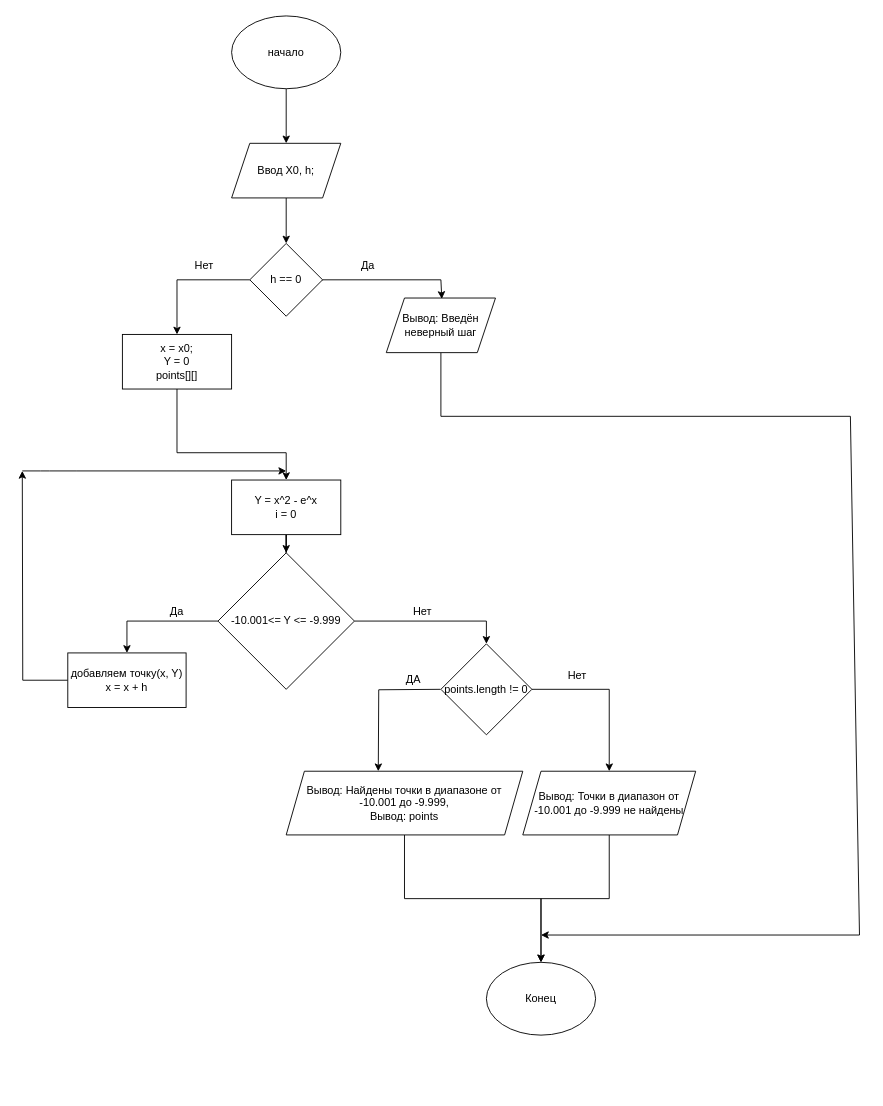
Earlier version of the draw.io diagram Диаграмма.drawio (marycheff/ISRPO2). Source tidied: cells renumbered, new cells numbered last; positions are measured from the earlier drawing's top-left corner, leaving out a move shared by most shapes. Both pictures are drawn from the tidied source at 91%, with x=0, y=0 at pixel (22, 15).
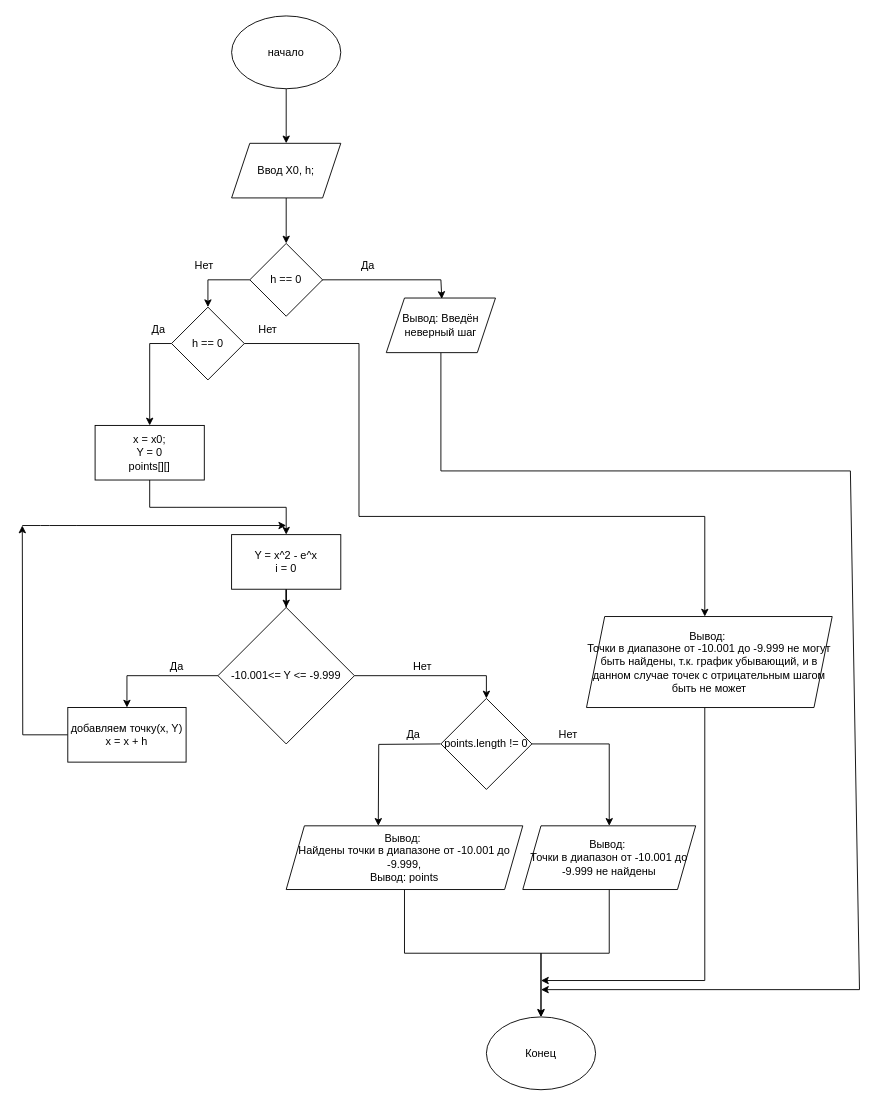
The same diagram, later.

The change refers to these unchanged cells:
```xml
<mxCell id="8" value="h == 0" style="rhombus;whiteSpace=wrap;html=1;" parent="1" vertex="1">
  <mxGeometry x="250" y="250" width="80" height="80" as="geometry" />
</mxCell>
<mxCell id="11" value="Вывод: Введён неверный шаг" style="shape=parallelogram;perimeter=parallelogramPerimeter;whiteSpace=wrap;html=1;fixedSize=1;" parent="1" vertex="1">
  <mxGeometry x="400" y="310" width="120" height="60" as="geometry" />
</mxCell>
```

The edit, as a diff of the source:
```diff
@@
-    <mxCell id="6" style="edgeStyle=orthogonalEdgeStyle;rounded=0;orthogonalLoop=1;jettySize=auto;html=1;entryX=0.592;entryY=0.017;entryDx=0;entryDy=0;entryPerimeter=0;" parent="1" edge="1">
-      <mxGeometry relative="1" as="geometry">
-        <mxPoint x="320" y="290" as="sourcePoint" />
-        <mxPoint x="461" y="311" as="targetPoint" />
-        <Array as="points">
-          <mxPoint x="460" y="290" />
-        </Array>
-      </mxGeometry>
-    </mxCell>
-    <mxCell id="7" style="edgeStyle=orthogonalEdgeStyle;rounded=0;jettySize=auto;html=1;entryX=0.5;entryY=0;entryDx=0;entryDy=0;" parent="1" edge="1" source="8" target="12">
-      <mxGeometry relative="1" as="geometry" />
-    </mxCell>
+    <mxCell id="36" style="edgeStyle=orthogonalEdgeStyle;rounded=0;orthogonalLoop=1;jettySize=auto;html=1;entryX=0.592;entryY=0.017;entryDx=0;entryDy=0;entryPerimeter=0;" parent="1" edge="1">
+      <mxGeometry relative="1" as="geometry">
+        <mxPoint x="320" y="290" as="sourcePoint" />
+        <mxPoint x="461" y="311" as="targetPoint" />
+        <Array as="points">
+          <mxPoint x="460" y="290" />
+        </Array>
+      </mxGeometry>
+    </mxCell>
+    <mxCell id="37" style="edgeStyle=orthogonalEdgeStyle;rounded=0;jettySize=auto;html=1;entryX=0.5;entryY=0;entryDx=0;entryDy=0;exitX=0;exitY=0.5;exitDx=0;exitDy=0;" parent="1" edge="1" source="49" target="12">
+      <mxGeometry relative="1" as="geometry" />
+    </mxCell>
@@
-    <mxCell id="10" style="rounded=0;jettySize=auto;html=1;exitX=0.5;exitY=1;exitDx=0;exitDy=0;" parent="1" edge="1" source="11">
-      <mxGeometry relative="1" as="geometry">
-        <mxPoint x="570" y="1010" as="targetPoint" />
-        <Array as="points">
-          <mxPoint x="460" y="440" />
-          <mxPoint x="910" y="440" />
-          <mxPoint x="920" y="1010" />
-        </Array>
-      </mxGeometry>
-    </mxCell>
+    <mxCell id="38" style="rounded=0;jettySize=auto;html=1;exitX=0.5;exitY=1;exitDx=0;exitDy=0;" parent="1" edge="1" source="11">
+      <mxGeometry relative="1" as="geometry">
+        <mxPoint x="570" y="1070" as="targetPoint" />
+        <Array as="points">
+          <mxPoint x="460" y="500" />
+          <mxPoint x="910" y="500" />
+          <mxPoint x="920" y="1070" />
+        </Array>
+      </mxGeometry>
+    </mxCell>
@@
     <mxCell id="12" value="x = x0;&lt;div&gt;Y = 0&lt;/div&gt;&lt;div&gt;points[][]&lt;/div&gt;" style="rounded=0;whiteSpace=wrap;html=1;" parent="1" vertex="1">
-      <mxGeometry x="110" y="350" width="120" height="60" as="geometry" />
+      <mxGeometry x="80" y="450" width="120" height="60" as="geometry" />
     </mxCell>
@@
-    <mxCell id="14" style="endArrow=classic;html=1;rounded=0;" parent="1" edge="1" target="16">
-      <mxGeometry relative="1" as="geometry">
-        <mxPoint x="170" y="480" as="sourcePoint" />
-        <Array as="points">
-          <mxPoint x="290" y="480" />
-        </Array>
-      </mxGeometry>
-    </mxCell>
+    <mxCell id="39" style="endArrow=classic;html=1;rounded=0;" parent="1" edge="1" target="16">
+      <mxGeometry relative="1" as="geometry">
+        <mxPoint x="170" y="540" as="sourcePoint" />
+        <Array as="points">
+          <mxPoint x="290" y="540" />
+        </Array>
+      </mxGeometry>
+    </mxCell>
@@
     <mxCell id="16" value="Y = x^2 - e^x&lt;div&gt;i = 0&lt;/div&gt;" style="rounded=0;whiteSpace=wrap;html=1;" parent="1" vertex="1">
-      <mxGeometry x="230" y="510" width="120" height="60" as="geometry" />
+      <mxGeometry x="230" y="570" width="120" height="60" as="geometry" />
     </mxCell>
-    <mxCell id="17" style="endArrow=none;html=1;rounded=0;exitX=0.5;exitY=1;exitDx=0;exitDy=0;" parent="1" edge="1" source="12">
-      <mxGeometry relative="1" as="geometry">
-        <mxPoint x="170" y="480" as="targetPoint" />
-      </mxGeometry>
-    </mxCell>
+    <mxCell id="40" style="endArrow=none;html=1;rounded=0;exitX=0.5;exitY=1;exitDx=0;exitDy=0;" parent="1" edge="1" source="12">
+      <mxGeometry relative="1" as="geometry">
+        <mxPoint x="170" y="540" as="targetPoint" />
+        <Array as="points">
+          <mxPoint x="140" y="540" />
+        </Array>
+      </mxGeometry>
+    </mxCell>
@@
     <mxCell id="20" value="-10.001&amp;lt;= Y &amp;lt;= -9.999" style="rhombus;whiteSpace=wrap;html=1;" parent="1" vertex="1">
-      <mxGeometry x="215" y="590" width="150" height="150" as="geometry" />
+      <mxGeometry x="215" y="650" width="150" height="150" as="geometry" />
     </mxCell>
-    <mxCell id="21" value="Да" style="text;html=1;align=center;verticalAlign=middle;whiteSpace=wrap;rounded=0;" parent="1" vertex="1">
-      <mxGeometry x="140" y="640" width="60" height="30" as="geometry" />
-    </mxCell>
-    <mxCell id="22" style="edgeStyle=orthogonalEdgeStyle;rounded=0;jettySize=auto;html=1;" parent="1" edge="1" source="23">
-      <mxGeometry relative="1" as="geometry">
-        <mxPoint y="500" as="targetPoint" />
-      </mxGeometry>
-    </mxCell>
+    <mxCell id="41" value="Да" style="text;html=1;align=center;verticalAlign=middle;whiteSpace=wrap;rounded=0;" parent="1" vertex="1">
+      <mxGeometry x="140" y="700" width="60" height="30" as="geometry" />
+    </mxCell>
+    <mxCell id="42" style="edgeStyle=orthogonalEdgeStyle;rounded=0;jettySize=auto;html=1;" parent="1" edge="1" source="23">
+      <mxGeometry relative="1" as="geometry">
+        <mxPoint y="560" as="targetPoint" />
+      </mxGeometry>
+    </mxCell>
     <mxCell id="23" value="&lt;div&gt;добавляем точку(x, Y)&lt;/div&gt;x = x + h" style="rounded=0;whiteSpace=wrap;html=1;" parent="1" vertex="1">
-      <mxGeometry x="50" y="700" width="130" height="60" as="geometry" />
+      <mxGeometry x="50" y="760" width="130" height="60" as="geometry" />
     </mxCell>
-    <mxCell id="24" style="endArrow=classic;html=1;rounded=0;" parent="1" edge="1">
-      <mxGeometry relative="1" as="geometry">
-        <mxPoint y="500" as="sourcePoint" />
-        <mxPoint x="290" y="500" as="targetPoint" />
-        <Array as="points">
-          <mxPoint x="20" y="500" />
-          <mxPoint x="30" y="500" />
-          <mxPoint x="60" y="500" />
-          <mxPoint x="170" y="500" />
-        </Array>
-      </mxGeometry>
-    </mxCell>
-    <mxCell id="25" value="Нет" style="text;html=1;align=center;verticalAlign=middle;whiteSpace=wrap;rounded=0;" parent="1" vertex="1">
-      <mxGeometry x="410" y="640" width="60" height="30" as="geometry" />
-    </mxCell>
-    <mxCell id="26" style="edgeStyle=orthogonalEdgeStyle;rounded=0;orthogonalLoop=1;jettySize=auto;html=1;entryX=0.391;entryY=0;entryDx=0;entryDy=0;entryPerimeter=0;" parent="1" edge="1">
-      <mxGeometry relative="1" as="geometry">
-        <mxPoint x="459.5" y="740" as="sourcePoint" />
-        <mxPoint x="391.2" y="830" as="targetPoint" />
-      </mxGeometry>
-    </mxCell>
+    <mxCell id="43" style="endArrow=classic;html=1;rounded=0;" parent="1" edge="1">
+      <mxGeometry relative="1" as="geometry">
+        <mxPoint y="560" as="sourcePoint" />
+        <mxPoint x="290" y="560" as="targetPoint" />
+        <Array as="points">
+          <mxPoint x="20" y="560" />
+          <mxPoint x="30" y="560" />
+          <mxPoint x="60" y="560" />
+          <mxPoint x="170" y="560" />
+        </Array>
+      </mxGeometry>
+    </mxCell>
+    <mxCell id="44" value="Нет" style="text;html=1;align=center;verticalAlign=middle;whiteSpace=wrap;rounded=0;" parent="1" vertex="1">
+      <mxGeometry x="410" y="700" width="60" height="30" as="geometry" />
+    </mxCell>
+    <mxCell id="45" style="edgeStyle=orthogonalEdgeStyle;rounded=0;orthogonalLoop=1;jettySize=auto;html=1;entryX=0.391;entryY=0;entryDx=0;entryDy=0;entryPerimeter=0;" parent="1" edge="1">
+      <mxGeometry relative="1" as="geometry">
+        <mxPoint x="459.5" y="800" as="sourcePoint" />
+        <mxPoint x="391.2" y="890" as="targetPoint" />
+      </mxGeometry>
+    </mxCell>
     <mxCell id="27" value="points.length != 0" style="rhombus;whiteSpace=wrap;html=1;" parent="1" vertex="1">
-      <mxGeometry x="460" y="690" width="100" height="100" as="geometry" />
+      <mxGeometry x="460" y="750" width="100" height="100" as="geometry" />
     </mxCell>
-    <mxCell id="28" value="Нет" style="text;html=1;align=center;verticalAlign=middle;whiteSpace=wrap;rounded=0;" parent="1" vertex="1">
-      <mxGeometry x="580" y="710" width="60" height="30" as="geometry" />
-    </mxCell>
+    <mxCell id="46" value="Нет" style="text;html=1;align=center;verticalAlign=middle;whiteSpace=wrap;rounded=0;" parent="1" vertex="1">
+      <mxGeometry x="570" y="775" width="60" height="30" as="geometry" />
+    </mxCell>
@@
-    <mxCell id="30" value="Вывод: Точки в диапазон от -10.001 до -9.999 не найдены" style="shape=parallelogram;perimeter=parallelogramPerimeter;whiteSpace=wrap;html=1;fixedSize=1;" parent="1" vertex="1">
-      <mxGeometry x="550" y="830" width="190" height="70" as="geometry" />
+    <mxCell id="30" value="Вывод:&amp;nbsp;&lt;div&gt;Точки в диапазон от -10.001 до -9.999 не найдены&lt;/div&gt;" style="shape=parallelogram;perimeter=parallelogramPerimeter;whiteSpace=wrap;html=1;fixedSize=1;" parent="1" vertex="1">
+      <mxGeometry x="550" y="890" width="190" height="70" as="geometry" />
     </mxCell>
     <mxCell id="31" style="rounded=0;jettySize=auto;html=1;entryX=0.5;entryY=0;entryDx=0;entryDy=0;" parent="1" edge="1" source="27" target="30">
       <mxGeometry relative="1" as="geometry">
         <Array as="points">
-          <mxPoint x="645" y="740" />
+          <mxPoint x="645" y="800" />
         </Array>
       </mxGeometry>
     </mxCell>
     <mxCell id="32" value="Конец" style="ellipse;whiteSpace=wrap;html=1;" parent="1" vertex="1">
-      <mxGeometry x="510" y="1040" width="120" height="80" as="geometry" />
+      <mxGeometry x="510" y="1100" width="120" height="80" as="geometry" />
     </mxCell>
@@
-    <mxCell id="34" value="Вывод: Найдены точки в диапазоне от -10.001 до -9.999,&lt;div&gt;Вывод: points&lt;/div&gt;" style="shape=parallelogram;perimeter=parallelogramPerimeter;whiteSpace=wrap;html=1;fixedSize=1;" parent="1" vertex="1">
-      <mxGeometry x="290" y="830" width="260" height="70" as="geometry" />
+    <mxCell id="34" value="Вывод:&amp;nbsp;&lt;div&gt;Найдены точки в диапазоне от -10.001 до -9.999,&lt;div&gt;Вывод: points&lt;/div&gt;&lt;/div&gt;" style="shape=parallelogram;perimeter=parallelogramPerimeter;whiteSpace=wrap;html=1;fixedSize=1;" parent="1" vertex="1">
+      <mxGeometry x="290" y="890" width="260" height="70" as="geometry" />
     </mxCell>
-    <mxCell id="35" value="ДА" style="text;html=1;align=center;verticalAlign=middle;whiteSpace=wrap;rounded=0;" parent="1" vertex="1">
-      <mxGeometry x="400" y="715" width="60" height="30" as="geometry" />
-    </mxCell>
+    <mxCell id="47" value="Да" style="text;html=1;align=center;verticalAlign=middle;whiteSpace=wrap;rounded=0;" parent="1" vertex="1">
+      <mxGeometry x="400" y="775" width="60" height="30" as="geometry" />
+    </mxCell>
+    <mxCell id="48" style="edgeStyle=orthogonalEdgeStyle;rounded=0;jettySize=auto;html=1;entryX=0.5;entryY=0;entryDx=0;entryDy=0;" parent="1" edge="1" source="8" target="49">
+      <mxGeometry relative="1" as="geometry" />
+    </mxCell>
+    <mxCell id="49" value="h == 0" style="rhombus;whiteSpace=wrap;html=1;" parent="1" vertex="1">
+      <mxGeometry x="164" y="320" width="80" height="80" as="geometry" />
+    </mxCell>
+    <mxCell id="50" style="edgeStyle=orthogonalEdgeStyle;rounded=0;jettySize=auto;html=1;" parent="1" edge="1" source="49" target="52">
+      <mxGeometry relative="1" as="geometry">
+        <Array as="points">
+          <mxPoint x="370" y="360" />
+          <mxPoint x="370" y="550" />
+          <mxPoint x="750" y="550" />
+        </Array>
+      </mxGeometry>
+    </mxCell>
+    <mxCell id="51" style="edgeStyle=orthogonalEdgeStyle;rounded=0;jettySize=auto;html=1;" parent="1" edge="1" source="52">
+      <mxGeometry relative="1" as="geometry">
+        <mxPoint x="570" y="1060" as="targetPoint" />
+        <Array as="points">
+          <mxPoint x="750" y="1060" />
+        </Array>
+      </mxGeometry>
+    </mxCell>
+    <mxCell id="52" value="Вывод:&amp;nbsp;&lt;div&gt;Точки в диапазоне от -10.001 до -9.999 не могут быть найдены, т.к. график убывающий, и в данном случае точек с отрицательным шагом быть не может&lt;/div&gt;" style="shape=parallelogram;perimeter=parallelogramPerimeter;whiteSpace=wrap;html=1;fixedSize=1;" parent="1" vertex="1">
+      <mxGeometry x="620" y="660" width="270" height="100" as="geometry" />
+    </mxCell>
+    <mxCell id="53" value="Да" style="text;html=1;align=center;verticalAlign=middle;whiteSpace=wrap;rounded=0;" parent="1" vertex="1">
+      <mxGeometry x="120" y="330" width="60" height="30" as="geometry" />
+    </mxCell>
+    <mxCell id="54" value="Нет" style="text;html=1;align=center;verticalAlign=middle;whiteSpace=wrap;rounded=0;" parent="1" vertex="1">
+      <mxGeometry x="240" y="330" width="60" height="30" as="geometry" />
+    </mxCell>
```
